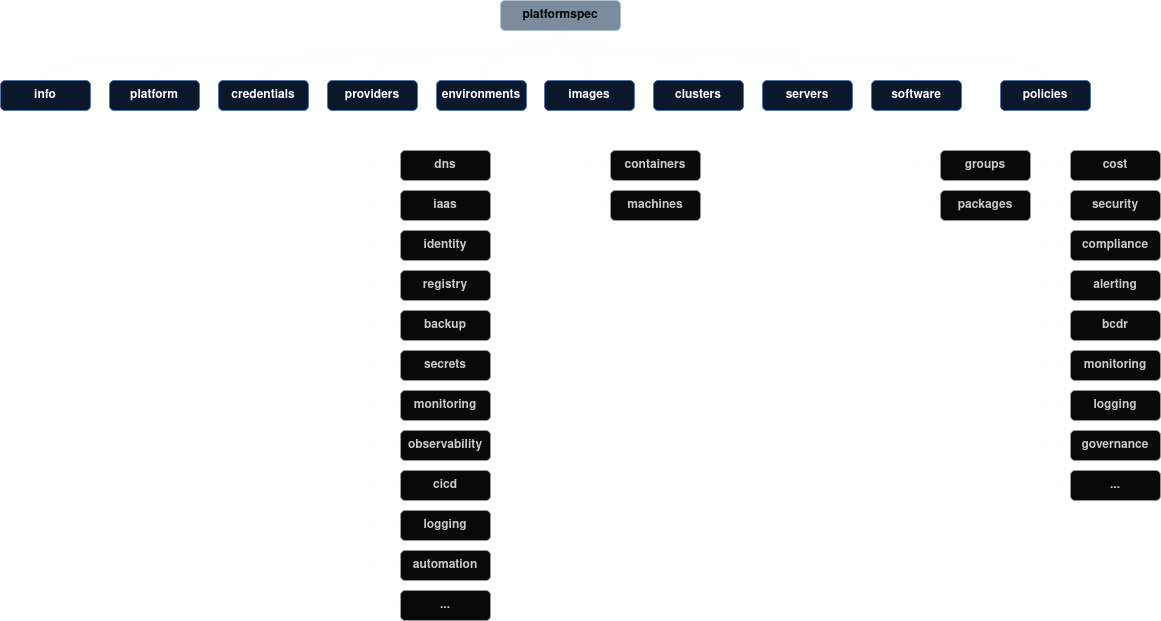
Earlier version of the draw.io export docs/spec/PlatformSpecStructure-dark.drawio.png (platformspec/site). Source tidied: cells renumbered, new cells last; positions are measured from the earlier drawing's top-left corner, leaving out a move shared by most shapes.
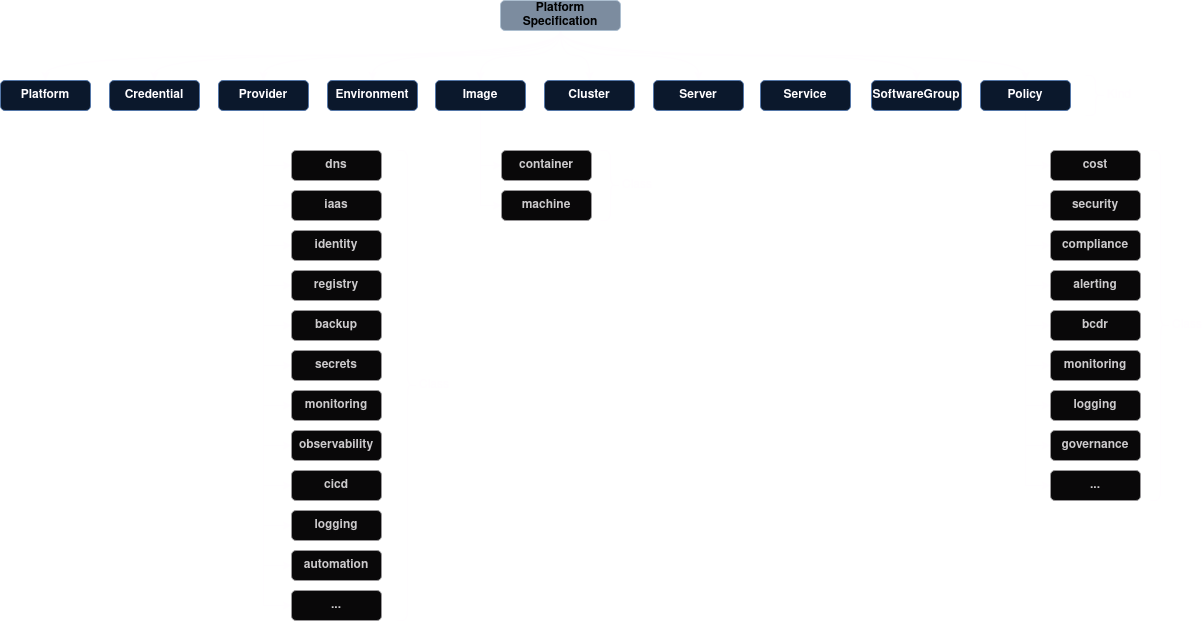
After the change.

Diff of the diagram source:
```diff
@@ -2,9 +2,6 @@
   <root>
     <mxCell id="0" />
     <mxCell id="1" parent="0" />
-    <mxCell id="2" style="edgeStyle=orthogonalEdgeStyle;rounded=0;jettySize=auto;html=1;exitX=0.5;exitY=1;exitDx=0;exitDy=0;entryX=0.5;entryY=0;entryDx=0;entryDy=0;curved=1;" parent="1" edge="1" source="12" target="13">
-      <mxGeometry relative="1" as="geometry" />
-    </mxCell>
     <mxCell id="3" style="edgeStyle=orthogonalEdgeStyle;rounded=0;jettySize=auto;html=1;exitX=0.5;exitY=1;exitDx=0;exitDy=0;entryX=0.5;entryY=0;entryDx=0;entryDy=0;curved=1;" parent="1" edge="1" source="12" target="14">
       <mxGeometry relative="1" as="geometry" />
     </mxCell>
@@ -32,16 +29,13 @@
     <mxCell id="11" style="edgeStyle=orthogonalEdgeStyle;rounded=0;jettySize=auto;html=1;exitX=0.5;exitY=1;exitDx=0;exitDy=0;entryX=0.5;entryY=0;entryDx=0;entryDy=0;curved=1;" parent="1" edge="1" source="12" target="47">
       <mxGeometry relative="1" as="geometry" />
     </mxCell>
-    <mxCell id="12" value="platformspec" style="rounded=1;whiteSpace=wrap;html=1;fontStyle=1;fillColor=#647687;strokeColor=#314354;fontColor=#ffffff;" parent="1" vertex="1">
-      <mxGeometry x="500" width="120" height="30" as="geometry" />
+    <mxCell id="12" value="Platform Specification" style="rounded=1;whiteSpace=wrap;html=1;fontStyle=1;fillColor=#647687;strokeColor=#314354;fontColor=#ffffff;" parent="1" vertex="1">
+      <mxGeometry x="609" width="120" height="30" as="geometry" />
     </mxCell>
-    <mxCell id="13" value="info" style="rounded=1;whiteSpace=wrap;html=1;fontStyle=1;fillColor=#dae8fc;strokeColor=#6c8ebf;" parent="1" vertex="1">
-      <mxGeometry y="80" width="90" height="30" as="geometry" />
-    </mxCell>
-    <mxCell id="14" value="platform" style="rounded=1;whiteSpace=wrap;html=1;fontStyle=1;fillColor=#dae8fc;strokeColor=#6c8ebf;" parent="1" vertex="1">
+    <mxCell id="14" value="Platform" style="rounded=1;whiteSpace=wrap;html=1;fontStyle=1;fillColor=#dae8fc;strokeColor=#6c8ebf;" parent="1" vertex="1">
       <mxGeometry x="109" y="80" width="90" height="30" as="geometry" />
     </mxCell>
-    <mxCell id="15" value="credentials" style="rounded=1;whiteSpace=wrap;html=1;fontStyle=1;fillColor=#dae8fc;strokeColor=#6c8ebf;" parent="1" vertex="1">
+    <mxCell id="15" value="Credential" style="rounded=1;whiteSpace=wrap;html=1;fontStyle=1;fillColor=#dae8fc;strokeColor=#6c8ebf;" parent="1" vertex="1">
       <mxGeometry x="218" y="80" width="90" height="30" as="geometry" />
     </mxCell>
     <mxCell id="16" style="edgeStyle=orthogonalEdgeStyle;rounded=0;jettySize=auto;html=1;exitX=0.5;exitY=1;exitDx=0;exitDy=0;entryX=0;entryY=0.5;entryDx=0;entryDy=0;" parent="1" edge="1" source="28" target="48">
@@ -80,10 +74,10 @@
     <mxCell id="27" style="edgeStyle=orthogonalEdgeStyle;rounded=0;jettySize=auto;html=1;exitX=0.5;exitY=1;exitDx=0;exitDy=0;entryX=0;entryY=0.5;entryDx=0;entryDy=0;" parent="1" edge="1" source="28" target="59">
       <mxGeometry relative="1" as="geometry" />
     </mxCell>
-    <mxCell id="28" value="providers" style="rounded=1;whiteSpace=wrap;html=1;fontStyle=1;fillColor=#dae8fc;strokeColor=#6c8ebf;" parent="1" vertex="1">
+    <mxCell id="28" value="Provider" style="rounded=1;whiteSpace=wrap;html=1;fontStyle=1;fillColor=#dae8fc;strokeColor=#6c8ebf;" parent="1" vertex="1">
       <mxGeometry x="327" y="80" width="90" height="30" as="geometry" />
     </mxCell>
-    <mxCell id="29" value="environments" style="rounded=1;whiteSpace=wrap;html=1;fontStyle=1;fillColor=#dae8fc;strokeColor=#6c8ebf;" parent="1" vertex="1">
+    <mxCell id="29" value="Environment" style="rounded=1;whiteSpace=wrap;html=1;fontStyle=1;fillColor=#dae8fc;strokeColor=#6c8ebf;" parent="1" vertex="1">
       <mxGeometry x="436" y="80" width="90" height="30" as="geometry" />
     </mxCell>
     <mxCell id="30" style="edgeStyle=orthogonalEdgeStyle;rounded=0;jettySize=auto;html=1;exitX=0.5;exitY=1;exitDx=0;exitDy=0;entryX=0;entryY=0.5;entryDx=0;entryDy=0;" parent="1" edge="1" source="32" target="60">
@@ -92,23 +86,17 @@
     <mxCell id="31" style="edgeStyle=orthogonalEdgeStyle;rounded=0;jettySize=auto;html=1;exitX=0.5;exitY=1;exitDx=0;exitDy=0;entryX=0;entryY=0.5;entryDx=0;entryDy=0;" parent="1" edge="1" source="32" target="61">
       <mxGeometry relative="1" as="geometry" />
     </mxCell>
-    <mxCell id="32" value="images" style="rounded=1;whiteSpace=wrap;html=1;fontStyle=1;fillColor=#dae8fc;strokeColor=#6c8ebf;" parent="1" vertex="1">
+    <mxCell id="32" value="Image" style="rounded=1;whiteSpace=wrap;html=1;fontStyle=1;fillColor=#dae8fc;strokeColor=#6c8ebf;" parent="1" vertex="1">
       <mxGeometry x="544" y="80" width="90" height="30" as="geometry" />
     </mxCell>
-    <mxCell id="33" value="clusters" style="rounded=1;whiteSpace=wrap;html=1;fontStyle=1;fillColor=#dae8fc;strokeColor=#6c8ebf;" parent="1" vertex="1">
+    <mxCell id="33" value="Cluster" style="rounded=1;whiteSpace=wrap;html=1;fontStyle=1;fillColor=#dae8fc;strokeColor=#6c8ebf;" parent="1" vertex="1">
       <mxGeometry x="653" y="80" width="90" height="30" as="geometry" />
     </mxCell>
-    <mxCell id="34" value="servers" style="rounded=1;whiteSpace=wrap;html=1;fontStyle=1;fillColor=#dae8fc;strokeColor=#6c8ebf;" parent="1" vertex="1">
+    <mxCell id="34" value="Server" style="rounded=1;whiteSpace=wrap;html=1;fontStyle=1;fillColor=#dae8fc;strokeColor=#6c8ebf;" parent="1" vertex="1">
       <mxGeometry x="762" y="80" width="90" height="30" as="geometry" />
     </mxCell>
-    <mxCell id="35" style="edgeStyle=orthogonalEdgeStyle;rounded=0;jettySize=auto;html=1;exitX=0.5;exitY=1;exitDx=0;exitDy=0;entryX=0;entryY=0.5;entryDx=0;entryDy=0;" parent="1" edge="1" source="37" target="71">
-      <mxGeometry relative="1" as="geometry" />
-    </mxCell>
-    <mxCell id="36" style="edgeStyle=orthogonalEdgeStyle;rounded=0;jettySize=auto;html=1;exitX=0.5;exitY=1;exitDx=0;exitDy=0;entryX=0;entryY=0.5;entryDx=0;entryDy=0;" parent="1" edge="1" source="37" target="72">
-      <mxGeometry relative="1" as="geometry" />
-    </mxCell>
-    <mxCell id="37" value="software" style="rounded=1;whiteSpace=wrap;html=1;fontStyle=1;fillColor=#dae8fc;strokeColor=#6c8ebf;" parent="1" vertex="1">
-      <mxGeometry x="871" y="80" width="90" height="30" as="geometry" />
+    <mxCell id="37" value="SoftwareGroup" style="rounded=1;whiteSpace=wrap;html=1;fontStyle=1;fillColor=#dae8fc;strokeColor=#6c8ebf;" parent="1" vertex="1">
+      <mxGeometry x="980" y="80" width="90" height="30" as="geometry" />
     </mxCell>
     <mxCell id="38" style="edgeStyle=orthogonalEdgeStyle;rounded=0;jettySize=auto;html=1;exitX=0.5;exitY=1;exitDx=0;exitDy=0;entryX=0;entryY=0.5;entryDx=0;entryDy=0;" parent="1" edge="1" source="47" target="62">
       <mxGeometry relative="1" as="geometry" />
@@ -137,8 +125,8 @@
     <mxCell id="46" style="edgeStyle=orthogonalEdgeStyle;rounded=0;jettySize=auto;html=1;exitX=0.5;exitY=1;exitDx=0;exitDy=0;entryX=0;entryY=0.5;entryDx=0;entryDy=0;" parent="1" edge="1" source="47" target="70">
       <mxGeometry relative="1" as="geometry" />
     </mxCell>
-    <mxCell id="47" value="policies" style="rounded=1;whiteSpace=wrap;html=1;fontStyle=1;fillColor=#dae8fc;strokeColor=#6c8ebf;" parent="1" vertex="1">
-      <mxGeometry x="1000" y="80" width="90" height="30" as="geometry" />
+    <mxCell id="47" value="Policy" style="rounded=1;whiteSpace=wrap;html=1;fontStyle=1;fillColor=#dae8fc;strokeColor=#6c8ebf;" parent="1" vertex="1">
+      <mxGeometry x="1089" y="80" width="90" height="30" as="geometry" />
     </mxCell>
     <mxCell id="48" value="dns" style="rounded=1;whiteSpace=wrap;html=1;fontStyle=1;fillColor=#f5f5f5;fontColor=#333333;strokeColor=#666666;" parent="1" vertex="1">
       <mxGeometry x="400" y="150" width="90" height="30" as="geometry" />
@@ -176,44 +164,53 @@
     <mxCell id="59" value="..." style="rounded=1;whiteSpace=wrap;html=1;fontStyle=1;fillColor=#f5f5f5;fontColor=#333333;strokeColor=#666666;" parent="1" vertex="1">
       <mxGeometry x="400" y="590" width="90" height="30" as="geometry" />
     </mxCell>
-    <mxCell id="60" value="containers" style="rounded=1;whiteSpace=wrap;html=1;fontStyle=1;fillColor=#f5f5f5;fontColor=#333333;strokeColor=#666666;" parent="1" vertex="1">
+    <mxCell id="60" value="container" style="rounded=1;whiteSpace=wrap;html=1;fontStyle=1;fillColor=#f5f5f5;fontColor=#333333;strokeColor=#666666;" parent="1" vertex="1">
       <mxGeometry x="610" y="150" width="90" height="30" as="geometry" />
     </mxCell>
-    <mxCell id="61" value="machines" style="rounded=1;whiteSpace=wrap;html=1;fontStyle=1;fillColor=#f5f5f5;fontColor=#333333;strokeColor=#666666;" parent="1" vertex="1">
+    <mxCell id="61" value="machine" style="rounded=1;whiteSpace=wrap;html=1;fontStyle=1;fillColor=#f5f5f5;fontColor=#333333;strokeColor=#666666;" parent="1" vertex="1">
       <mxGeometry x="610" y="190" width="90" height="30" as="geometry" />
     </mxCell>
     <mxCell id="62" value="cost" style="rounded=1;whiteSpace=wrap;html=1;fontStyle=1;fillColor=#f5f5f5;fontColor=#333333;strokeColor=#666666;" parent="1" vertex="1">
-      <mxGeometry x="1070" y="150" width="90" height="30" as="geometry" />
+      <mxGeometry x="1159" y="150" width="90" height="30" as="geometry" />
     </mxCell>
     <mxCell id="63" value="security" style="rounded=1;whiteSpace=wrap;html=1;fontStyle=1;fillColor=#f5f5f5;fontColor=#333333;strokeColor=#666666;" parent="1" vertex="1">
-      <mxGeometry x="1070" y="190" width="90" height="30" as="geometry" />
+      <mxGeometry x="1159" y="190" width="90" height="30" as="geometry" />
     </mxCell>
     <mxCell id="64" value="compliance" style="rounded=1;whiteSpace=wrap;html=1;fontStyle=1;fillColor=#f5f5f5;fontColor=#333333;strokeColor=#666666;" parent="1" vertex="1">
-      <mxGeometry x="1070" y="230" width="90" height="30" as="geometry" />
+      <mxGeometry x="1159" y="230" width="90" height="30" as="geometry" />
     </mxCell>
     <mxCell id="65" value="alerting" style="rounded=1;whiteSpace=wrap;html=1;fontStyle=1;fillColor=#f5f5f5;fontColor=#333333;strokeColor=#666666;" parent="1" vertex="1">
-      <mxGeometry x="1070" y="270" width="90" height="30" as="geometry" />
+      <mxGeometry x="1159" y="270" width="90" height="30" as="geometry" />
     </mxCell>
     <mxCell id="66" value="bcdr" style="rounded=1;whiteSpace=wrap;html=1;fontStyle=1;fillColor=#f5f5f5;fontColor=#333333;strokeColor=#666666;" parent="1" vertex="1">
-      <mxGeometry x="1070" y="310" width="90" height="30" as="geometry" />
+      <mxGeometry x="1159" y="310" width="90" height="30" as="geometry" />
     </mxCell>
     <mxCell id="67" value="monitoring" style="rounded=1;whiteSpace=wrap;html=1;fontStyle=1;fillColor=#f5f5f5;fontColor=#333333;strokeColor=#666666;" parent="1" vertex="1">
-      <mxGeometry x="1070" y="350" width="90" height="30" as="geometry" />
+      <mxGeometry x="1159" y="350" width="90" height="30" as="geometry" />
     </mxCell>
     <mxCell id="68" value="logging" style="rounded=1;whiteSpace=wrap;html=1;fontStyle=1;fillColor=#f5f5f5;fontColor=#333333;strokeColor=#666666;" parent="1" vertex="1">
-      <mxGeometry x="1070" y="390" width="90" height="30" as="geometry" />
+      <mxGeometry x="1159" y="390" width="90" height="30" as="geometry" />
     </mxCell>
     <mxCell id="69" value="governance" style="rounded=1;whiteSpace=wrap;html=1;fontStyle=1;fillColor=#f5f5f5;fontColor=#333333;strokeColor=#666666;" parent="1" vertex="1">
-      <mxGeometry x="1070" y="430" width="90" height="30" as="geometry" />
+      <mxGeometry x="1159" y="430" width="90" height="30" as="geometry" />
     </mxCell>
     <mxCell id="70" value="..." style="rounded=1;whiteSpace=wrap;html=1;fontStyle=1;fillColor=#f5f5f5;fontColor=#333333;strokeColor=#666666;" parent="1" vertex="1">
-      <mxGeometry x="1070" y="470" width="90" height="30" as="geometry" />
+      <mxGeometry x="1159" y="470" width="90" height="30" as="geometry" />
     </mxCell>
-    <mxCell id="71" value="groups" style="rounded=1;whiteSpace=wrap;html=1;fontStyle=1;fillColor=#f5f5f5;fontColor=#333333;strokeColor=#666666;" parent="1" vertex="1">
-      <mxGeometry x="940" y="150" width="90" height="30" as="geometry" />
-    </mxCell>
-    <mxCell id="72" value="packages" style="rounded=1;whiteSpace=wrap;html=1;fontStyle=1;fillColor=#f5f5f5;fontColor=#333333;strokeColor=#666666;" parent="1" vertex="1">
-      <mxGeometry x="940" y="190" width="90" height="30" as="geometry" />
-    </mxCell>
+    <mxCell id="73" value="Service" style="rounded=1;whiteSpace=wrap;html=1;fontStyle=1;fillColor=#dae8fc;strokeColor=#6c8ebf;" parent="1" vertex="1">
+      <mxGeometry x="869" y="80" width="90" height="30" as="geometry" />
+    </mxCell>
+    <mxCell id="74" value="Class" style="shape=curlyBracket;whiteSpace=wrap;html=1;rounded=1;flipH=1;labelPosition=right;verticalLabelPosition=middle;align=left;verticalAlign=middle;" parent="1" vertex="1">
+      <mxGeometry x="506" y="150" width="20" height="470" as="geometry" />
+    </mxCell>
+    <mxCell id="75" value="Class" style="shape=curlyBracket;whiteSpace=wrap;html=1;rounded=1;flipH=1;labelPosition=right;verticalLabelPosition=middle;align=left;verticalAlign=middle;" parent="1" vertex="1">
+      <mxGeometry x="709" y="150" width="20" height="70" as="geometry" />
+    </mxCell>
+    <mxCell id="76" value="Class" style="shape=curlyBracket;whiteSpace=wrap;html=1;rounded=1;flipH=1;labelPosition=right;verticalLabelPosition=middle;align=left;verticalAlign=middle;" parent="1" vertex="1">
+      <mxGeometry x="1259" y="150" width="20" height="350" as="geometry" />
+    </mxCell>
+    <mxCell id="77" value="Kind" style="shape=curlyBracket;whiteSpace=wrap;html=1;rounded=1;flipH=1;labelPosition=right;verticalLabelPosition=middle;align=left;verticalAlign=middle;" parent="1" vertex="1">
+      <mxGeometry x="1194" y="75" width="20" height="40" as="geometry" />
+    </mxCell>
   </root>
 </mxGraphModel>
```
